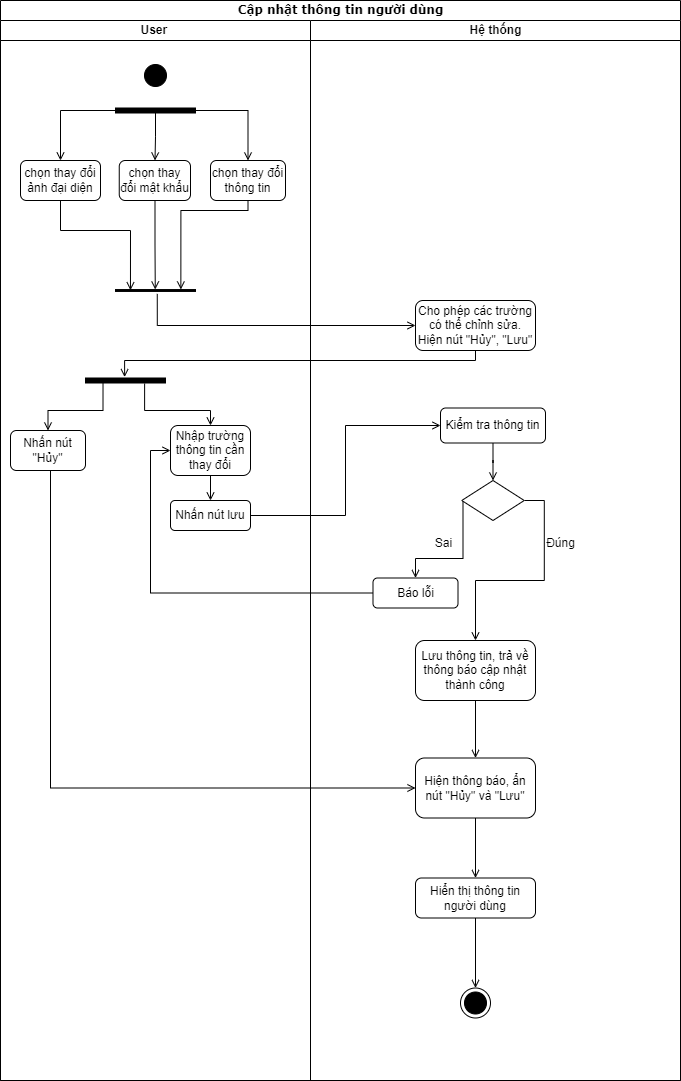
This is activity diagram/thay đổi thông tin.drawio.png from kienndhn/draw-io, a draw.io export, as it was before one commit. Source tidied: cells renumbered, new cells last; positions are measured from the earlier drawing's top-left corner, leaving out a move shared by most shapes.
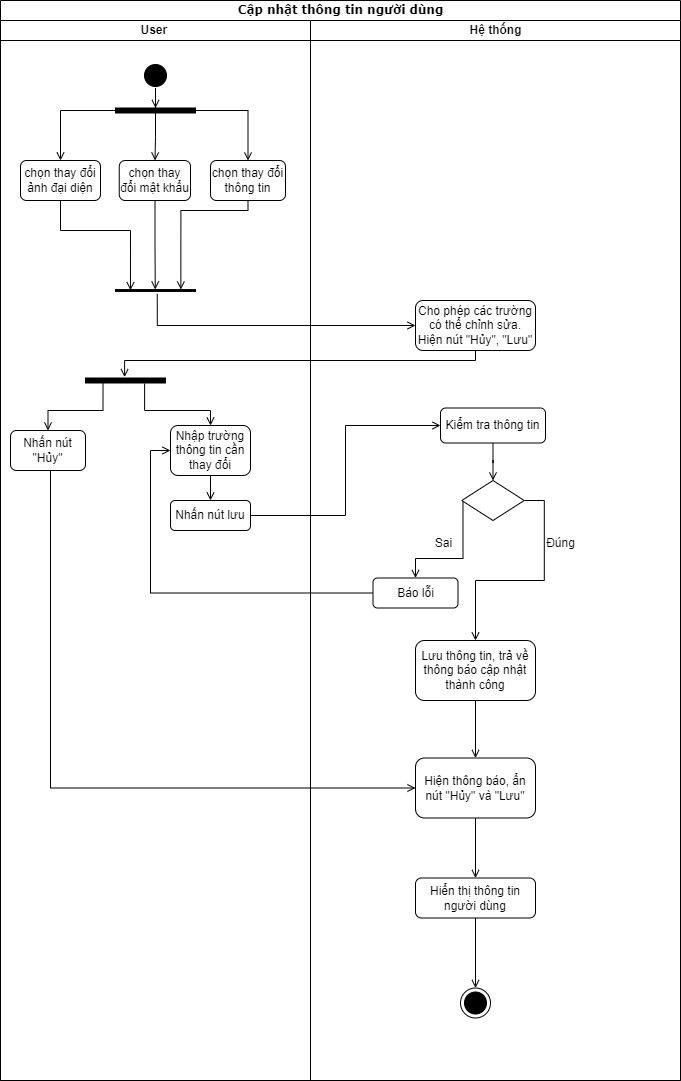
Above is the later version.

Change to the diagram source:
```diff
@@ -8,6 +8,9 @@
     <mxCell id="3" value="User&amp;nbsp;" style="swimlane;html=1;startSize=20;" parent="2" vertex="1">
       <mxGeometry y="20" width="310" height="1060" as="geometry" />
     </mxCell>
+    <mxCell id="45" style="edgeStyle=orthogonalEdgeStyle;rounded=0;jettySize=auto;html=1;strokeColor=#000000;strokeWidth=1;endArrow=open;endFill=0;" parent="3" edge="1" source="4" target="17">
+      <mxGeometry relative="1" as="geometry" />
+    </mxCell>
     <mxCell id="4" style="ellipse;html=1;shape=startState;fillColor=#000000;strokeColor=#000000;" parent="3" vertex="1">
       <mxGeometry x="140" y="40" width="30" height="30" as="geometry" />
     </mxCell>
```
